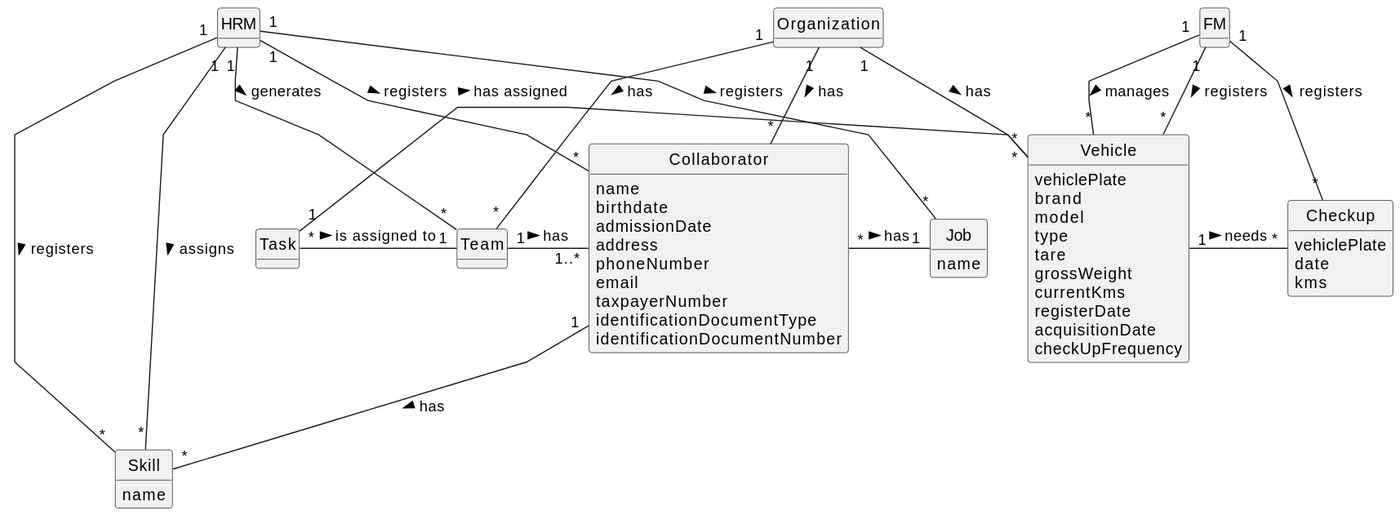
Departamento-de-Engenharia-Informatica/lei-24-s2-1dm-g132 keeps this PlantUML diagram as docs/sprintA/global-artifacts/02.analysis/svg/project-domain-model.svg. Above is the earlier version.
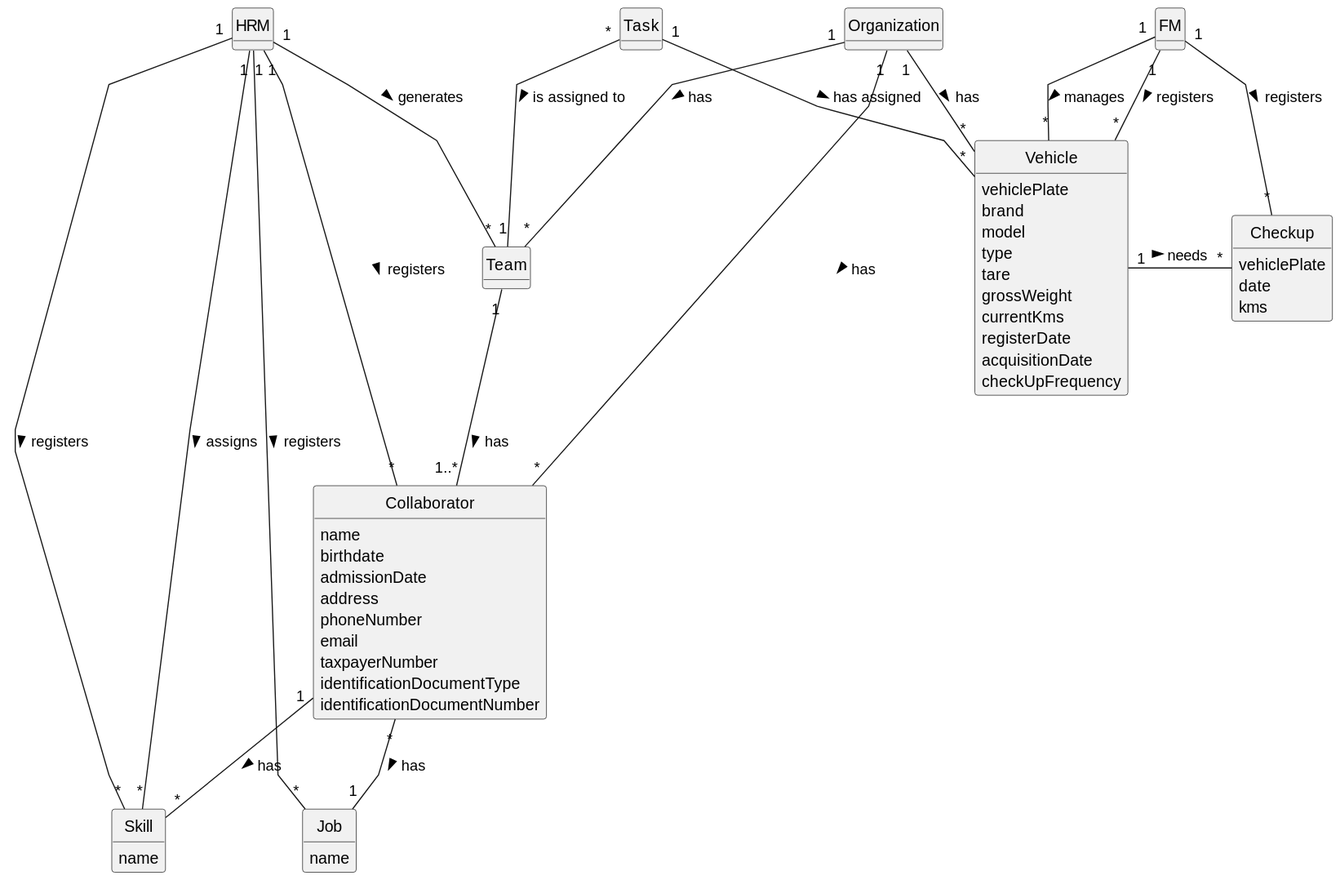
Later version of the same file.

Commit message:
Project global domain model upgrade

The edit, as a diff of the source:
```diff
@@ -65,15 +65,15 @@
 
 HRM "1" - "*" Skill : registers >
 HRM "1" - "*" Job : registers >
-HRM "1" -- "*" Collaborator : registers >
+HRM "1" --- "*" Collaborator : registers >
 HRM "1" -- "*" Skill : assigns >
 HRM "1" -- "*" Team : generates >
-Organization "1" -- "*" Collaborator : has >
+Organization "1" --- "*" Collaborator : has >
 Organization "1" -- "*" Team : has >
-Collaborator "*" - "1" Job : has >
+Collaborator "*" -- "1" Job : has >
 Collaborator "1" -- "*" Skill : has >
 Team "1" - "1..*" Collaborator : has >
-Task "*" - "1" Team : is assigned to >
+Task "*" -- "1" Team : is assigned to >
 FM "1" -- "*" Vehicle : registers >
 FM "1" -- "*" Vehicle : manages >
 Vehicle "1" - "*" Checkup : needs >
```
